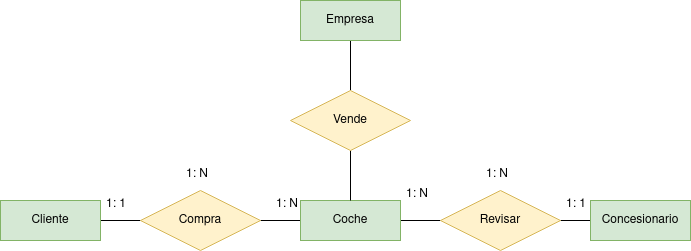
Before: Unidad-1/Tareas/Tarea-6/tarea6.drawio.png, a diagram exported from draw.io (jdrguez/2-Daw). Source tidied: cells renumbered, new cells last; positions are measured from the earlier drawing's top-left corner, leaving out a move shared by most shapes.
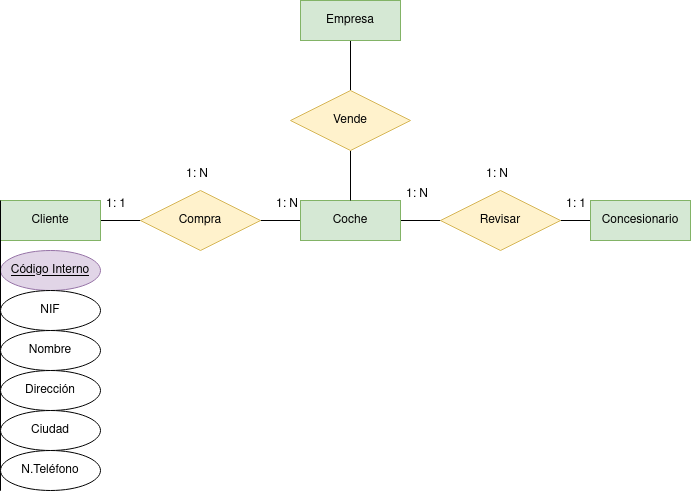
The same diagram one commit later.

Change to the diagram source:
```diff
@@ -59,5 +59,33 @@
     <mxCell id="20" value="1: N" style="text;strokeColor=none;fillColor=none;spacingLeft=4;spacingRight=4;overflow=hidden;fontSize=12;whiteSpace=wrap;html=1;" parent="1" vertex="1">
       <mxGeometry x="480" y="160" width="40" height="30" as="geometry" />
     </mxCell>
+    <mxCell id="21" value="Código Interno" style="ellipse;whiteSpace=wrap;html=1;align=center;fontStyle=4;fillColor=#e1d5e7;strokeColor=#9673a6;" parent="1" vertex="1">
+      <mxGeometry y="250" width="100" height="40" as="geometry" />
+    </mxCell>
+    <mxCell id="22" style="edgeStyle=orthogonalEdgeStyle;rounded=0;orthogonalLoop=1;jettySize=auto;html=1;exitX=0;exitY=1;exitDx=0;exitDy=0;entryX=0;entryY=0.675;entryDx=0;entryDy=0;entryPerimeter=0;endArrow=none;endFill=0;" parent="1" edge="1">
+      <mxGeometry relative="1" as="geometry">
+        <mxPoint y="200" as="sourcePoint" />
+        <mxPoint y="237" as="targetPoint" />
+        <Array as="points">
+          <mxPoint y="490" />
+          <mxPoint y="490" />
+        </Array>
+      </mxGeometry>
+    </mxCell>
+    <mxCell id="23" value="NIF" style="ellipse;whiteSpace=wrap;html=1;align=center;" parent="1" vertex="1">
+      <mxGeometry y="290" width="100" height="40" as="geometry" />
+    </mxCell>
+    <mxCell id="24" value="Nombre" style="ellipse;whiteSpace=wrap;html=1;align=center;" parent="1" vertex="1">
+      <mxGeometry y="330" width="100" height="40" as="geometry" />
+    </mxCell>
+    <mxCell id="25" value="Dirección" style="ellipse;whiteSpace=wrap;html=1;align=center;" parent="1" vertex="1">
+      <mxGeometry y="370" width="100" height="40" as="geometry" />
+    </mxCell>
+    <mxCell id="26" value="Ciudad" style="ellipse;whiteSpace=wrap;html=1;align=center;" parent="1" vertex="1">
+      <mxGeometry y="410" width="100" height="40" as="geometry" />
+    </mxCell>
+    <mxCell id="27" value="N.Teléfono" style="ellipse;whiteSpace=wrap;html=1;align=center;" parent="1" vertex="1">
+      <mxGeometry y="450" width="100" height="40" as="geometry" />
+    </mxCell>
   </root>
 </mxGraphModel>
```
